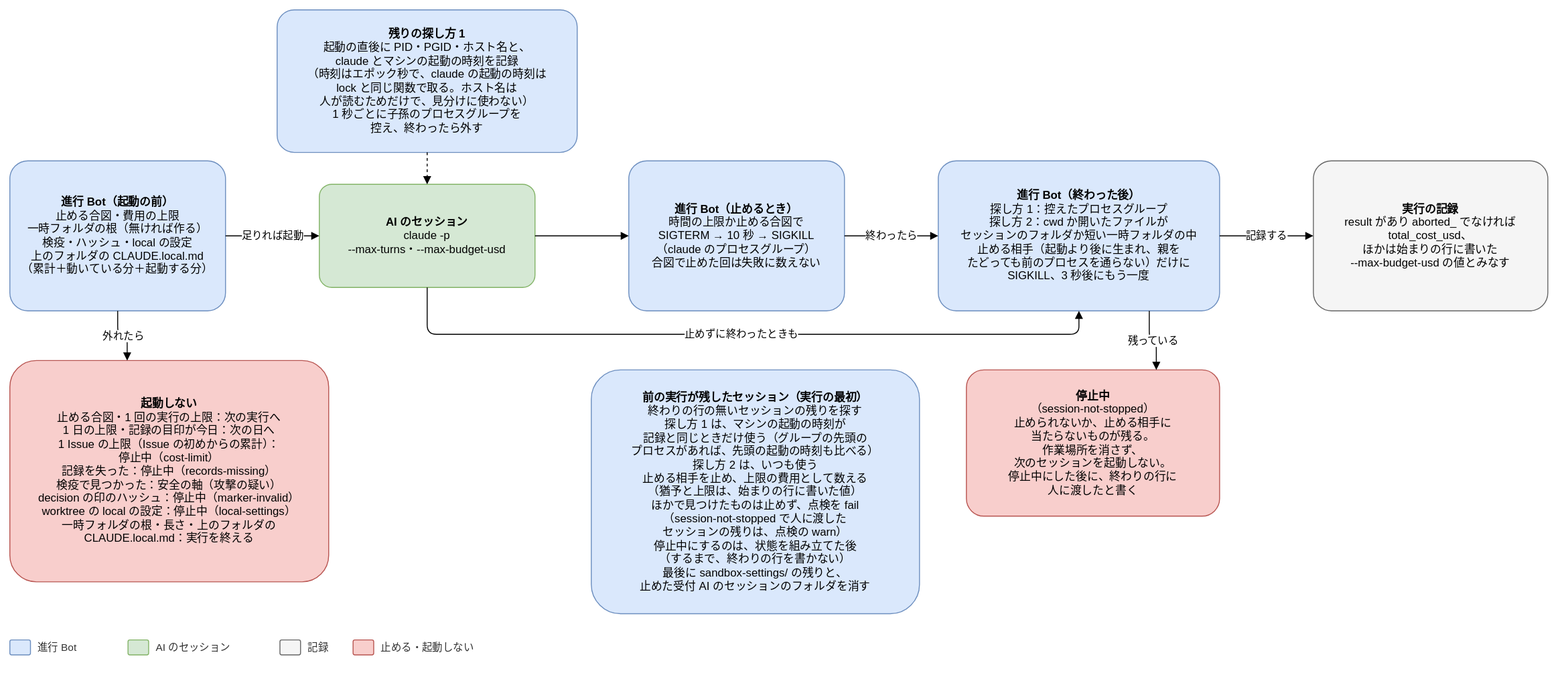
This is docs/design/basic/diagrams/03-stop-and-usage.drawio.svg from Joymerrevent/dev-autopilot, a draw.io export, as it was before one commit. Source tidied: cells renumbered, new cells last; positions are measured from the earlier drawing's top-left corner, leaving out a move shared by most shapes.
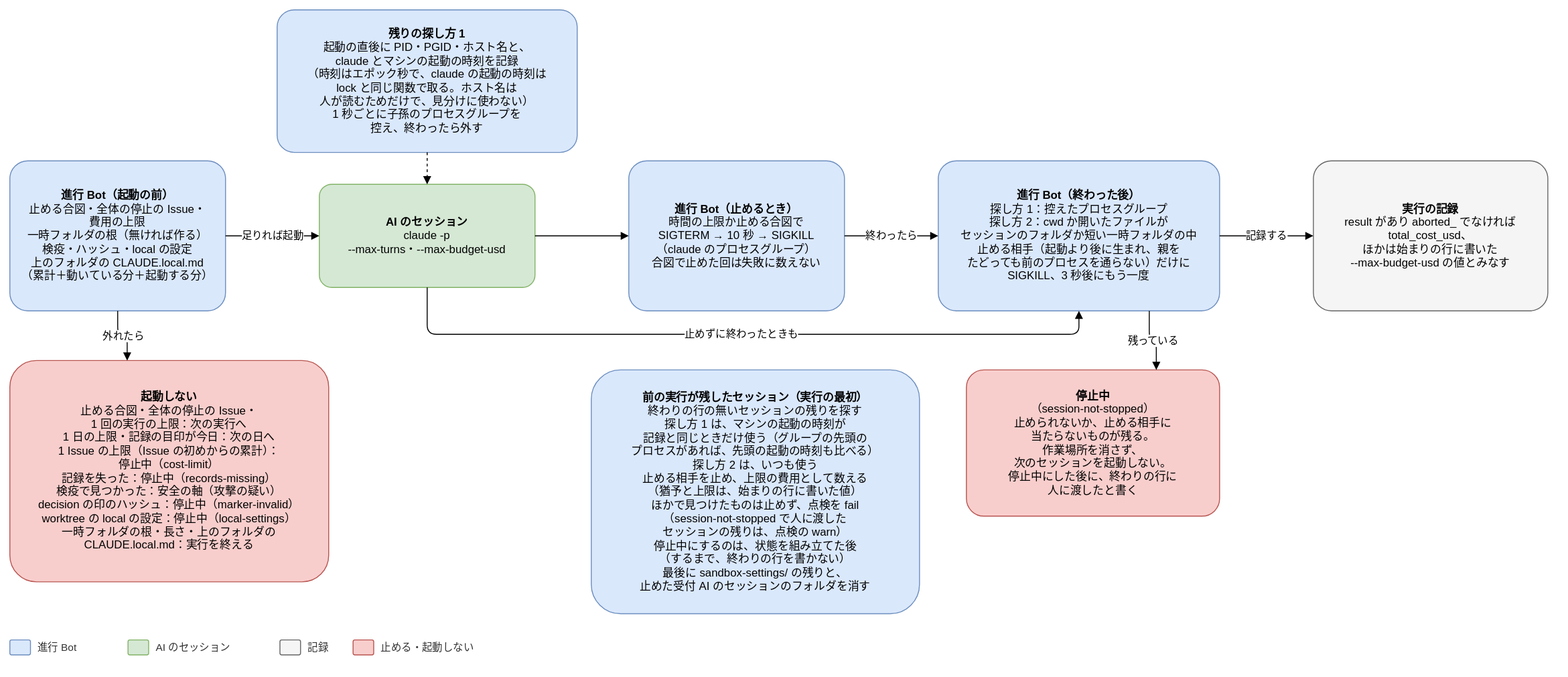
The same file after the commit.

Commit message:
docs(design): 基本設計の AI のセッション（03）の図を、全体の停止の Issue と見落としの軸の直しにそろえる

- H-1：03-stop-and-usage の pre と skip に、全体の停止の Issue を足す。
  03-human-intake の m に、全体の停止の Issue を読むことを足す
- M-74：03-review-axes の note に、3 つの軸のどれかが条件を満たさなければ
  見落としの軸を起こさないことを足す

Claude-Session: https://claude.ai/code/session_01LvmXQN14Y95msvojZ6hWNP

Diff of the diagram source:
```diff
@@ -2,7 +2,7 @@
   <root>
     <mxCell id="0" />
     <mxCell id="1" parent="0" />
-    <mxCell id="2" value="&lt;b&gt;進行 Bot（起動の前）&lt;/b&gt;&lt;br&gt;止める合図・費用の上限&lt;br&gt;一時フォルダの根（無ければ作る）&lt;br&gt;検疫・ハッシュ・local の設定&lt;br&gt;上のフォルダの CLAUDE.local.md&lt;br&gt;（累計＋動いている分＋起動する分）" style="rounded=1;whiteSpace=wrap;html=1;fontSize=12;arcSize=12;spacing=12;fillColor=#dae8fc;strokeColor=#6c8ebf;" parent="1" vertex="1">
+    <mxCell id="2" value="&lt;b&gt;進行 Bot（起動の前）&lt;/b&gt;&lt;br&gt;止める合図・全体の停止の Issue・&lt;br&gt;費用の上限&lt;br&gt;一時フォルダの根（無ければ作る）&lt;br&gt;検疫・ハッシュ・local の設定&lt;br&gt;上のフォルダの CLAUDE.local.md&lt;br&gt;（累計＋動いている分＋起動する分）" style="rounded=1;whiteSpace=wrap;html=1;fontSize=12;arcSize=12;spacing=12;fillColor=#dae8fc;strokeColor=#6c8ebf;" parent="1" vertex="1">
       <mxGeometry y="161" width="230" height="160" as="geometry" />
     </mxCell>
     <mxCell id="3" value="&lt;b&gt;AI のセッション&lt;/b&gt;&lt;br&gt;claude -p&lt;br&gt;--max-turns・--max-budget-usd" style="rounded=1;whiteSpace=wrap;html=1;fontSize=12;arcSize=12;spacing=12;fillColor=#d5e8d4;strokeColor=#82b366;" parent="1" vertex="1">
@@ -49,7 +49,7 @@
     <mxCell id="15" value="残っている" style="edgeStyle=orthogonalEdgeStyle;rounded=1;html=1;endArrow=block;endFill=1;fontSize=11;labelBackgroundColor=#ffffff;exitX=0.75;exitY=1;exitDx=0;exitDy=0;entryX=0.75;entryY=0;entryDx=0;entryDy=0;" parent="1" edge="1" source="9" target="14">
       <mxGeometry relative="1" as="geometry" />
     </mxCell>
-    <mxCell id="16" value="&lt;b&gt;起動しない&lt;/b&gt;&lt;br&gt;止める合図・1 回の実行の上限：次の実行へ&lt;br&gt;1 日の上限・記録の目印が今日：次の日へ&lt;br&gt;1 Issue の上限（Issue の初めからの累計）：&lt;br&gt;停止中（cost-limit）&lt;br&gt;記録を失った：停止中（records-missing）&lt;br&gt;検疫で見つかった：安全の軸（攻撃の疑い）&lt;br&gt;decision の印のハッシュ：停止中（marker-invalid）&lt;br&gt;worktree の local の設定：停止中（local-settings）&lt;br&gt;一時フォルダの根・長さ・上のフォルダの&lt;br&gt;CLAUDE.local.md：実行を終える" style="rounded=1;whiteSpace=wrap;html=1;fontSize=12;arcSize=12;spacing=12;fillColor=#f8cecc;strokeColor=#b85450;" parent="1" vertex="1">
+    <mxCell id="16" value="&lt;b&gt;起動しない&lt;/b&gt;&lt;br&gt;止める合図・全体の停止の Issue・&lt;br&gt;1 回の実行の上限：次の実行へ&lt;br&gt;1 日の上限・記録の目印が今日：次の日へ&lt;br&gt;1 Issue の上限（Issue の初めからの累計）：&lt;br&gt;停止中（cost-limit）&lt;br&gt;記録を失った：停止中（records-missing）&lt;br&gt;検疫で見つかった：安全の軸（攻撃の疑い）&lt;br&gt;decision の印のハッシュ：停止中（marker-invalid）&lt;br&gt;worktree の local の設定：停止中（local-settings）&lt;br&gt;一時フォルダの根・長さ・上のフォルダの&lt;br&gt;CLAUDE.local.md：実行を終える" style="rounded=1;whiteSpace=wrap;html=1;fontSize=12;arcSize=12;spacing=12;fillColor=#f8cecc;strokeColor=#b85450;" parent="1" vertex="1">
       <mxGeometry y="374" width="340" height="236" as="geometry" />
     </mxCell>
     <mxCell id="17" value="外れたら" style="edgeStyle=orthogonalEdgeStyle;rounded=1;html=1;endArrow=block;endFill=1;fontSize=11;labelBackgroundColor=#ffffff;exitX=0.5;exitY=1;exitDx=0;exitDy=0;entryX=0.368;entryY=0;entryDx=0;entryDy=0;" parent="1" edge="1" source="2" target="16">
```
